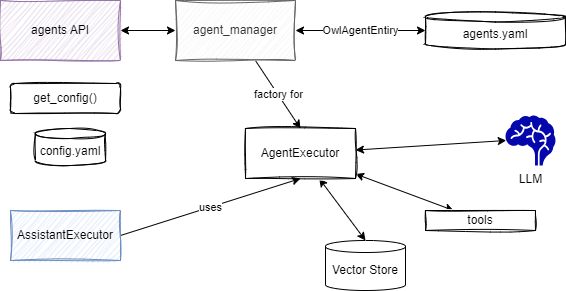
The draw.io diagram docs/diagrams/agent_mgr_class.drawio.png in AthenaDecisionSystems/athena-owl-core, before a commit. Source tidied: cells renumbered, new cells last; positions are measured from the earlier drawing's top-left corner, leaving out a move shared by most shapes. Source of this version:
```xml
<mxGraphModel>
  <root>
    <mxCell id="0" />
    <mxCell id="1" parent="0" />
    <mxCell id="2" value="factory for" style="edgeStyle=none;html=1;entryX=0.5;entryY=0;entryDx=0;entryDy=0;startArrow=none;startFill=0;" parent="1" edge="1" source="3" target="13">
      <mxGeometry relative="1" as="geometry" />
    </mxCell>
    <mxCell id="3" value="agent_manager" style="rounded=0;whiteSpace=wrap;html=1;fillColor=#f5f5f5;strokeColor=#666666;fontColor=#333333;sketch=1;curveFitting=1;jiggle=2;" parent="1" vertex="1">
      <mxGeometry x="175" width="120" height="60" as="geometry" />
    </mxCell>
    <mxCell id="4" style="edgeStyle=none;html=1;entryX=0;entryY=0.5;entryDx=0;entryDy=0;startArrow=classic;startFill=1;" parent="1" edge="1" source="5" target="3">
      <mxGeometry relative="1" as="geometry" />
    </mxCell>
    <mxCell id="5" value="agents API" style="rounded=0;whiteSpace=wrap;html=1;fillColor=#e1d5e7;strokeColor=#9673a6;sketch=1;curveFitting=1;jiggle=2;" parent="1" vertex="1">
      <mxGeometry width="120" height="60" as="geometry" />
    </mxCell>
    <mxCell id="6" value="get_config()" style="rounded=1;whiteSpace=wrap;html=1;sketch=1;" parent="1" vertex="1">
      <mxGeometry x="10" y="83" width="110" height="30" as="geometry" />
    </mxCell>
    <mxCell id="7" value="config.yaml" style="shape=cylinder3;whiteSpace=wrap;html=1;boundedLbl=1;backgroundOutline=1;size=5;sketch=1;" parent="1" vertex="1">
      <mxGeometry x="35" y="128" width="70" height="37" as="geometry" />
    </mxCell>
    <mxCell id="8" value="OwlAgentEntiry" style="edgeStyle=none;html=1;entryX=1;entryY=0.5;entryDx=0;entryDy=0;startArrow=classic;startFill=1;" parent="1" edge="1" source="9" target="3">
      <mxGeometry relative="1" as="geometry" />
    </mxCell>
    <mxCell id="9" value="agents.yaml" style="shape=cylinder3;whiteSpace=wrap;html=1;boundedLbl=1;backgroundOutline=1;size=5;sketch=1;" parent="1" vertex="1">
      <mxGeometry x="425" y="11.5" width="140" height="37" as="geometry" />
    </mxCell>
    <mxCell id="10" style="edgeStyle=none;html=1;entryX=0.015;entryY=0.5;entryDx=0;entryDy=0;entryPerimeter=0;startArrow=classic;startFill=1;" parent="1" edge="1" source="13" target="15">
      <mxGeometry relative="1" as="geometry" />
    </mxCell>
    <mxCell id="11" style="edgeStyle=none;html=1;startArrow=classic;startFill=1;" parent="1" edge="1" source="13" target="16">
      <mxGeometry relative="1" as="geometry" />
    </mxCell>
    <mxCell id="12" style="edgeStyle=none;html=1;entryX=0.5;entryY=0;entryDx=0;entryDy=0;entryPerimeter=0;startArrow=classic;startFill=1;" parent="1" edge="1" source="13" target="18">
      <mxGeometry relative="1" as="geometry" />
    </mxCell>
    <mxCell id="13" value="AgentExecutor" style="whiteSpace=wrap;html=1;sketch=1;curveFitting=1;jiggle=2;" parent="1" vertex="1">
      <mxGeometry x="245" y="128" width="110" height="50" as="geometry" />
    </mxCell>
    <mxCell id="14" value="uses" style="edgeStyle=none;html=1;entryX=0.5;entryY=1;entryDx=0;entryDy=0;startArrow=none;startFill=0;exitX=1;exitY=0.5;exitDx=0;exitDy=0;" parent="1" edge="1" source="17" target="13">
      <mxGeometry relative="1" as="geometry" />
    </mxCell>
    <mxCell id="15" value="LLM" style="shape=mxgraph.signs.healthcare.brain;html=1;fillColor=#0407AC;strokeColor=none;verticalLabelPosition=bottom;verticalAlign=top;align=center;" parent="1" vertex="1">
      <mxGeometry x="505" y="115" width="50" height="50" as="geometry" />
    </mxCell>
    <mxCell id="16" value="tools" style="rounded=0;whiteSpace=wrap;html=1;sketch=1;" parent="1" vertex="1">
      <mxGeometry x="425" y="210" width="110" height="20" as="geometry" />
    </mxCell>
    <mxCell id="17" value="AssistantExecutor" style="whiteSpace=wrap;html=1;sketch=1;curveFitting=1;jiggle=2;fillColor=#dae8fc;strokeColor=#6c8ebf;" parent="1" vertex="1">
      <mxGeometry x="10" y="210" width="110" height="50" as="geometry" />
    </mxCell>
    <mxCell id="18" value="Vector Store" style="shape=cylinder3;whiteSpace=wrap;html=1;boundedLbl=1;backgroundOutline=1;size=6;" parent="1" vertex="1">
      <mxGeometry x="325" y="240" width="80" height="50" as="geometry" />
    </mxCell>
  </root>
</mxGraphModel>
```
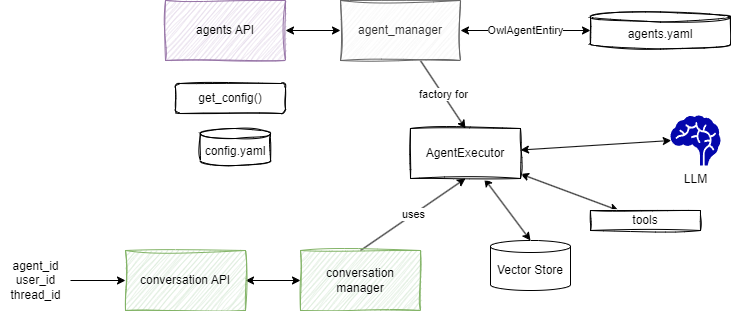
After the change.

Diff of the diagram source:
```diff
@@ -38,7 +38,7 @@
     <mxCell id="13" value="AgentExecutor" style="whiteSpace=wrap;html=1;sketch=1;curveFitting=1;jiggle=2;" parent="1" vertex="1">
       <mxGeometry x="245" y="128" width="110" height="50" as="geometry" />
     </mxCell>
-    <mxCell id="14" value="uses" style="edgeStyle=none;html=1;entryX=0.5;entryY=1;entryDx=0;entryDy=0;startArrow=none;startFill=0;exitX=1;exitY=0.5;exitDx=0;exitDy=0;" parent="1" edge="1" source="17" target="13">
+    <mxCell id="14" value="uses" style="edgeStyle=none;html=1;entryX=0.5;entryY=1;entryDx=0;entryDy=0;startArrow=none;startFill=0;exitX=0.5;exitY=0;exitDx=0;exitDy=0;" parent="1" edge="1" source="21" target="13">
       <mxGeometry relative="1" as="geometry" />
     </mxCell>
     <mxCell id="15" value="LLM" style="shape=mxgraph.signs.healthcare.brain;html=1;fillColor=#0407AC;strokeColor=none;verticalLabelPosition=bottom;verticalAlign=top;align=center;" parent="1" vertex="1">
@@ -47,11 +47,23 @@
     <mxCell id="16" value="tools" style="rounded=0;whiteSpace=wrap;html=1;sketch=1;" parent="1" vertex="1">
       <mxGeometry x="425" y="210" width="110" height="20" as="geometry" />
     </mxCell>
-    <mxCell id="17" value="AssistantExecutor" style="whiteSpace=wrap;html=1;sketch=1;curveFitting=1;jiggle=2;fillColor=#dae8fc;strokeColor=#6c8ebf;" parent="1" vertex="1">
-      <mxGeometry x="10" y="210" width="110" height="50" as="geometry" />
-    </mxCell>
     <mxCell id="18" value="Vector Store" style="shape=cylinder3;whiteSpace=wrap;html=1;boundedLbl=1;backgroundOutline=1;size=6;" parent="1" vertex="1">
       <mxGeometry x="325" y="240" width="80" height="50" as="geometry" />
     </mxCell>
+    <mxCell id="19" style="edgeStyle=none;html=1;startArrow=classic;startFill=1;" parent="1" edge="1" source="20" target="21">
+      <mxGeometry relative="1" as="geometry" />
+    </mxCell>
+    <mxCell id="20" value="conversation API" style="rounded=0;whiteSpace=wrap;html=1;fillColor=#d5e8d4;strokeColor=#82b366;sketch=1;curveFitting=1;jiggle=2;" parent="1" vertex="1">
+      <mxGeometry x="-40" y="250" width="120" height="60" as="geometry" />
+    </mxCell>
+    <mxCell id="21" value="conversation manager" style="rounded=0;whiteSpace=wrap;html=1;fillColor=#d5e8d4;strokeColor=#82b366;sketch=1;curveFitting=1;jiggle=2;" parent="1" vertex="1">
+      <mxGeometry x="135" y="250" width="120" height="60" as="geometry" />
+    </mxCell>
+    <mxCell id="22" style="edgeStyle=none;html=1;entryX=0;entryY=0.5;entryDx=0;entryDy=0;" parent="1" edge="1" source="23" target="20">
+      <mxGeometry relative="1" as="geometry" />
+    </mxCell>
+    <mxCell id="23" value="agent_id&lt;br&gt;user_id&lt;br&gt;thread_id" style="text;html=1;align=center;verticalAlign=middle;points=[];strokeColor=none;fillColor=none;" parent="1" vertex="1">
+      <mxGeometry x="-165" y="250" width="70" height="60" as="geometry" />
+    </mxCell>
   </root>
 </mxGraphModel>
```
